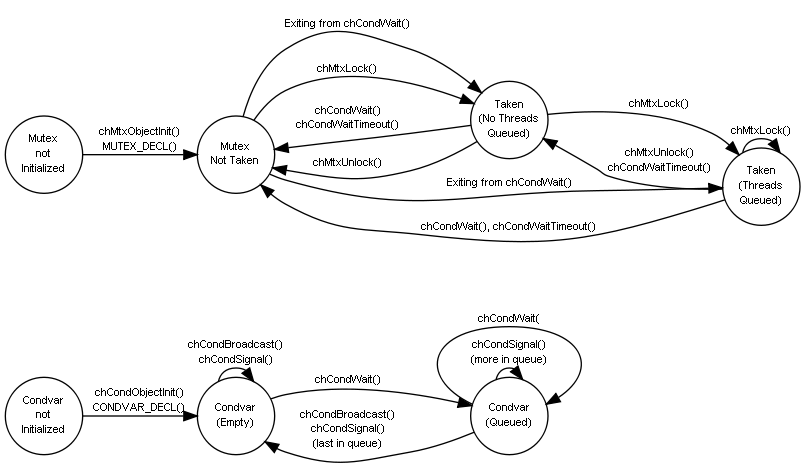
Before: book/monitor_states.png, a diagram exported from Graphviz (ArduPilot/ChibiOS.svn). Its source is kept beside it as book/monitor_states.dot. Its diagram source:
```dot
  digraph example {
    rankdir="LR";
    ranksep=0.2;
    nodesep=0.1;

    node [shape=circle, fontname=Sans Serif, fontsize=8, fixedsize="true", width="0.8", height="0.8"];
    edge [fontname=Sans Serif, fontsize=8];

    qinit [label="Condvar\nnot\nInitialized"];
    qempty [label="Condvar\n(Empty)"];
    qnempty [label="Condvar\n(Queued)"];

    qinit -> qempty [label="\nchCondObjectInit()\nCONDVAR_DECL()"];
    qempty -> qempty [label="\nchCondBroadcast()\nchCondSignal()"];
    qempty -> qnempty [label="\nchCondWait()"];
    qnempty -> qnempty [label="\nchCondSignal()\n(more in queue)"];
    qnempty -> qnempty [label="\nchCondWait("];
    qnempty -> qempty [label="\nchCondBroadcast()\nchCondSignal()\n(last in queue)"];

    init [label="Mutex\nnot\nInitialized"];
    ntaken [label="Mutex\nNot Taken"];
    taken [label="Taken\n(No Threads\nQueued)"];
    qtaken [label="Taken\n(Threads\nQueued)"];

    init -> ntaken [label="\nchMtxObjectInit()\nMUTEX_DECL()"];
    ntaken -> taken [label="\nchMtxLock()"];
    taken -> ntaken [label="\nchMtxUnlock()"];
    taken -> qtaken [label="\nchMtxLock()"];
    qtaken -> qtaken [label="\nchMtxLock()"];
    qtaken -> taken [label="\nchMtxUnlock()\nchCondWaitTimeout()"];
    taken -> ntaken [label="\nchCondWait()\nchCondWaitTimeout()"];
    qtaken -> ntaken [label="\nchCondWait(), chCondWaitTimeout()"];
    ntaken -> taken [label="\nExiting from chCondWait()"];
    ntaken -> qtaken [label="\nExiting from chCondWait()"];
  }
```
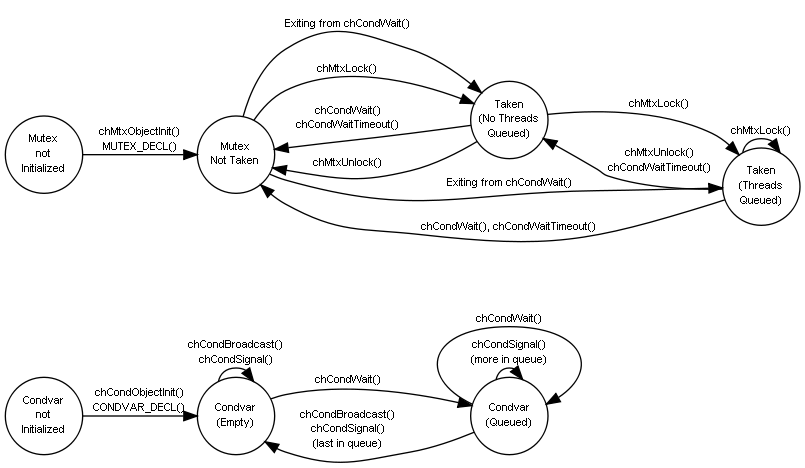
The same diagram one commit later.

Commit message:
git-svn-id: svn+ssh://svn.osdn.net/svnroot/chibios/branches/artwork@7306 27425a3e-05d8-49a3-a47f-9c15f0e5edd8

What changed in the source:
```diff
@@ -14,7 +14,7 @@
     qempty -> qempty [label="\nchCondBroadcast()\nchCondSignal()"];
     qempty -> qnempty [label="\nchCondWait()"];
     qnempty -> qnempty [label="\nchCondSignal()\n(more in queue)"];
-    qnempty -> qnempty [label="\nchCondWait("];
+    qnempty -> qnempty [label="\nchCondWait()"];
     qnempty -> qempty [label="\nchCondBroadcast()\nchCondSignal()\n(last in queue)"];
 
     init [label="Mutex\nnot\nInitialized"];
```
